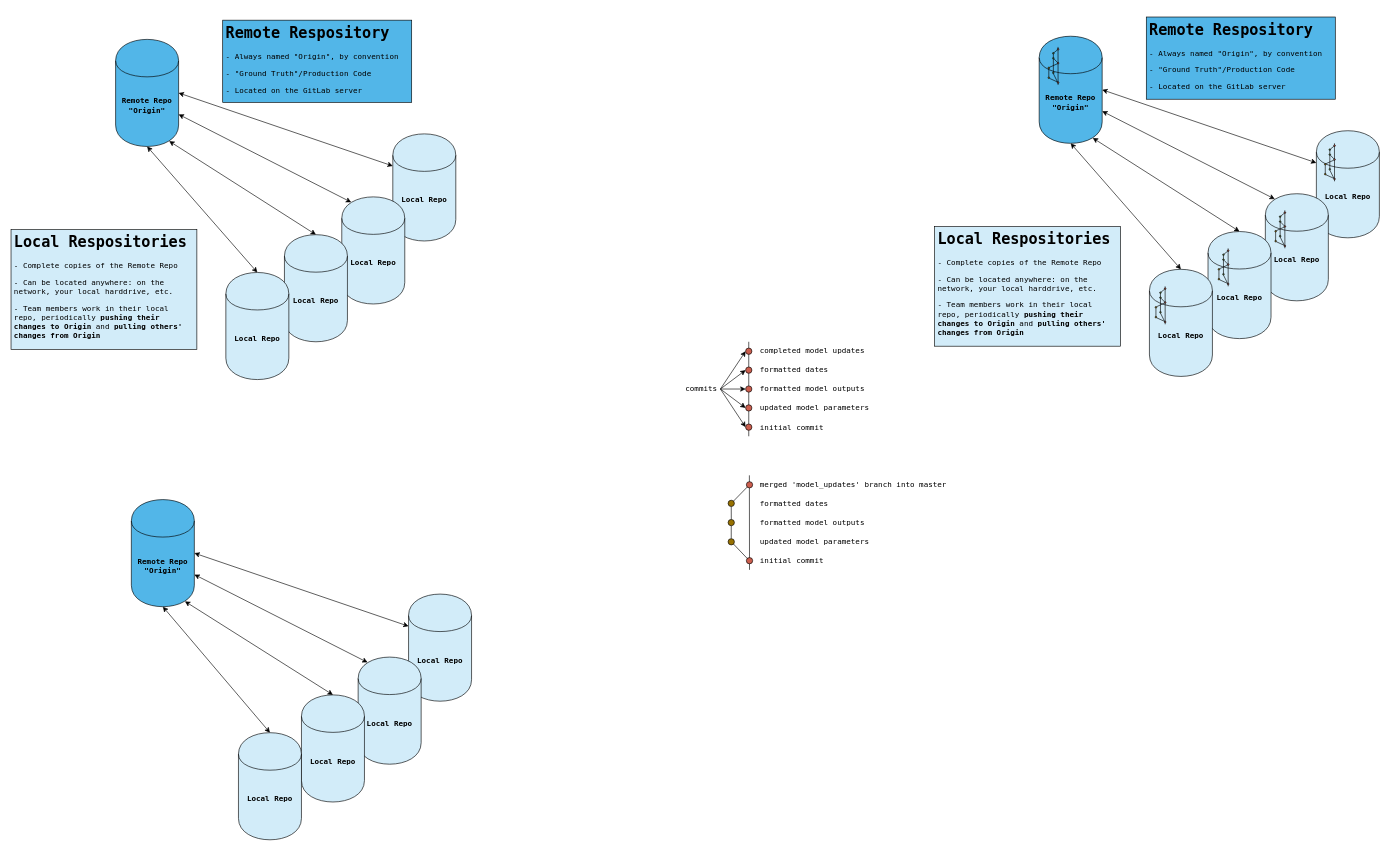
Above: img/diagrams.drawio in summitllc/git_school (draw.io), before the change. Source tidied: cells renumbered, new cells numbered last; positions are measured from the earlier drawing's top-left corner, leaving out a move shared by most shapes. Both pictures are drawn from the tidied source at 63%, with x=0, y=0 at pixel (11, 16).
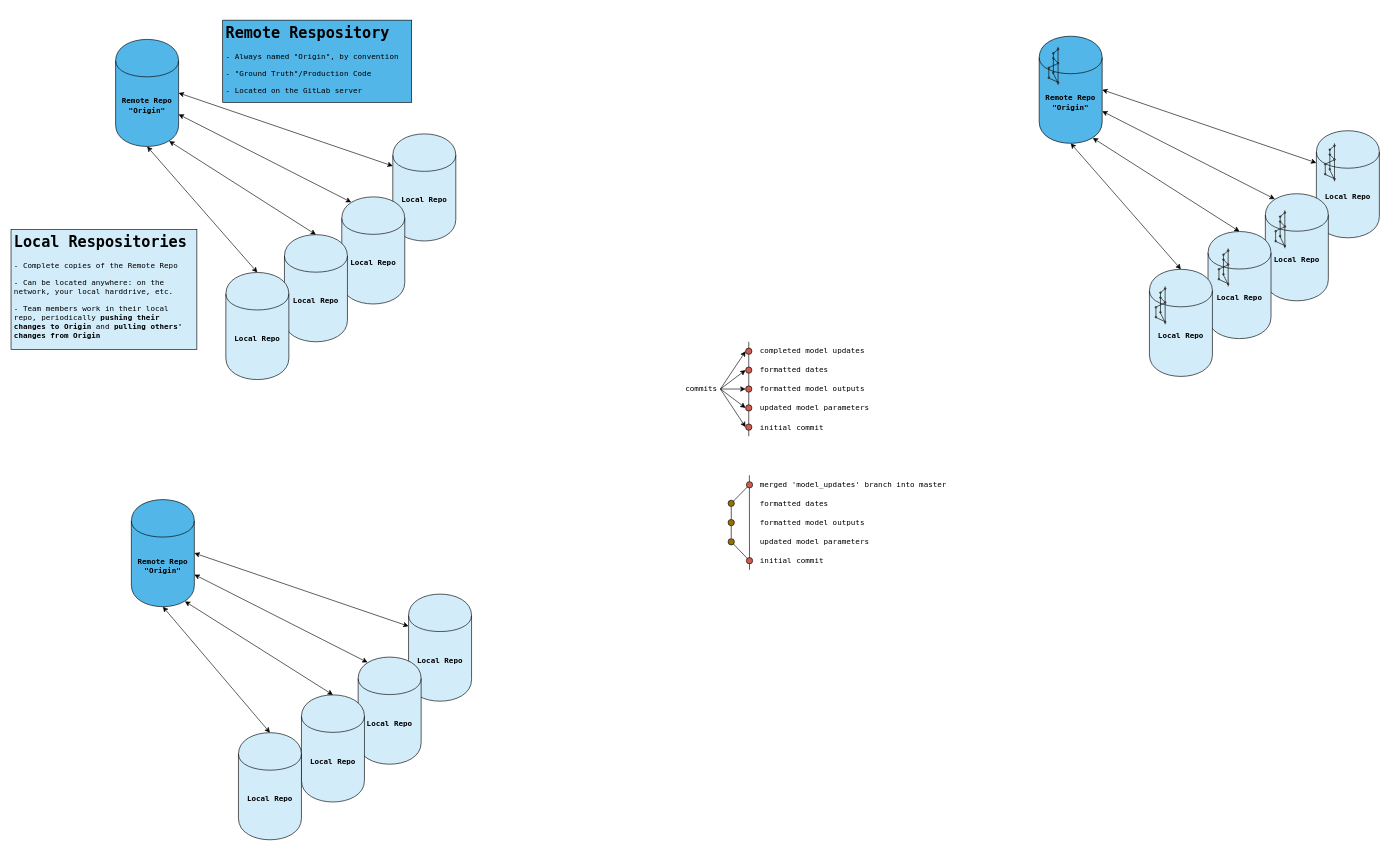
After the change.

What changed in the source:
```diff
@@
-    <mxCell id="59" value="&lt;h1&gt;&lt;font face=&quot;Lucida Console&quot;&gt;Remote Respository&lt;/font&gt;&lt;/h1&gt;&lt;p&gt;&lt;font face=&quot;Lucida Console&quot;&gt;- Always named &quot;Origin&quot;, by convention&lt;/font&gt;&lt;/p&gt;&lt;p&gt;&lt;font face=&quot;Lucida Console&quot;&gt;- &quot;Ground Truth&quot;/Production Code&lt;/font&gt;&lt;/p&gt;&lt;p&gt;&lt;font face=&quot;Lucida Console&quot;&gt;- Located on the GitLab server&lt;/font&gt;&lt;/p&gt;" style="text;html=1;strokeColor=#000000;fillColor=#52B6E8;spacing=5;spacingTop=-20;whiteSpace=wrap;overflow=hidden;rounded=0;" parent="1" vertex="1">
-      <mxGeometry x="1802" y="0.5" width="300" height="130.5" as="geometry" />
-    </mxCell>
@@
-    <mxCell id="61" value="&lt;h1&gt;&lt;font face=&quot;Lucida Console&quot;&gt;Local Respositories&lt;/font&gt;&lt;/h1&gt;&lt;p&gt;&lt;font face=&quot;Lucida Console&quot;&gt;- Complete copies of the Remote Repo&lt;/font&gt;&lt;/p&gt;&lt;p&gt;&lt;font face=&quot;Lucida Console&quot;&gt;- Can be located anywhere: on the network, your local harddrive, etc.&lt;/font&gt;&lt;/p&gt;&lt;p&gt;&lt;font face=&quot;Lucida Console&quot;&gt;- Team members work in their local repo, periodically &lt;b&gt;pushing their changes to Origin&lt;/b&gt; and &lt;b&gt;pulling others' changes from Origin&lt;/b&gt;&lt;/font&gt;&lt;/p&gt;" style="text;html=1;strokeColor=#000000;fillColor=#D2ECF9;spacing=5;spacingTop=-20;whiteSpace=wrap;overflow=hidden;rounded=0;" parent="1" vertex="1">
-      <mxGeometry x="1466" y="333" width="295" height="190" as="geometry" />
-    </mxCell>
```
